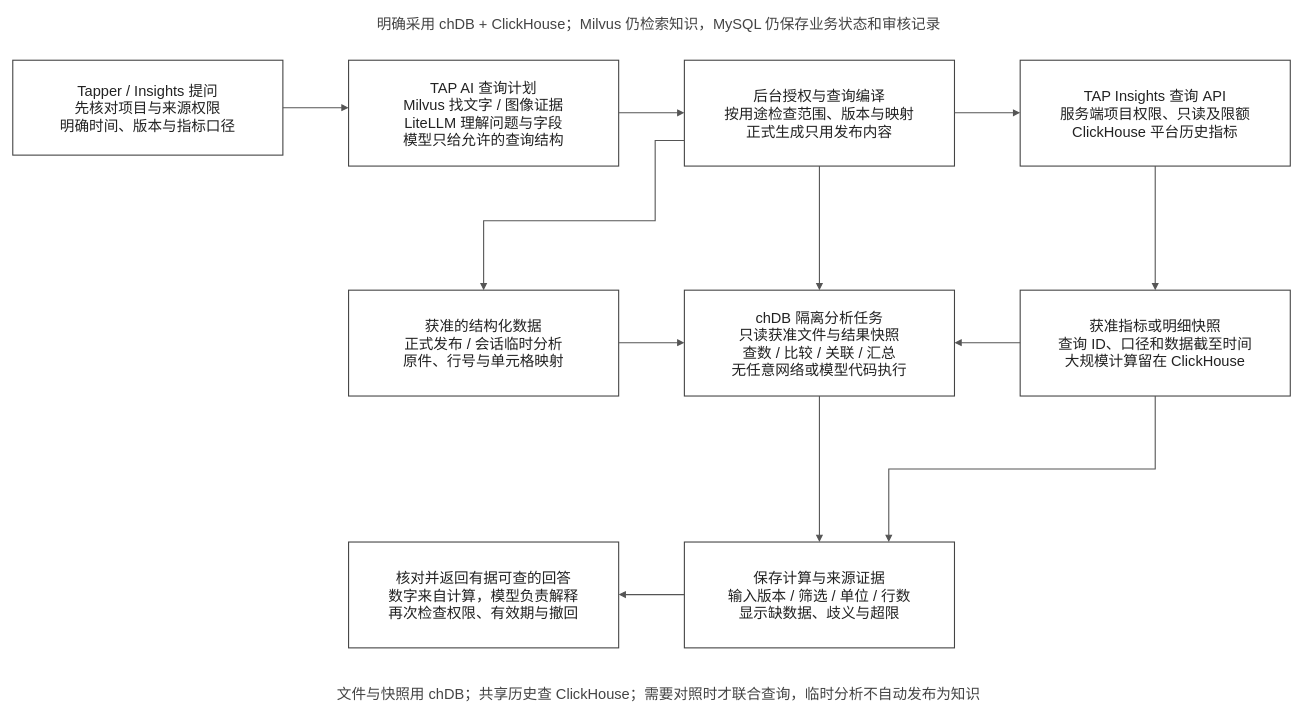
Before: page "AI 数据查询" (10 of 11) of docs/assets/rfc-011/2026-09-17-platform-design.drawio in patrickstarpty/tap, a draw.io diagram. Source tidied: cells renumbered, new cells numbered last; positions are measured from the earlier drawing's top-left corner, leaving out a move shared by most shapes. Both pictures are drawn from the tidied source at 73%, with x=0, y=0 at pixel (12, 12).
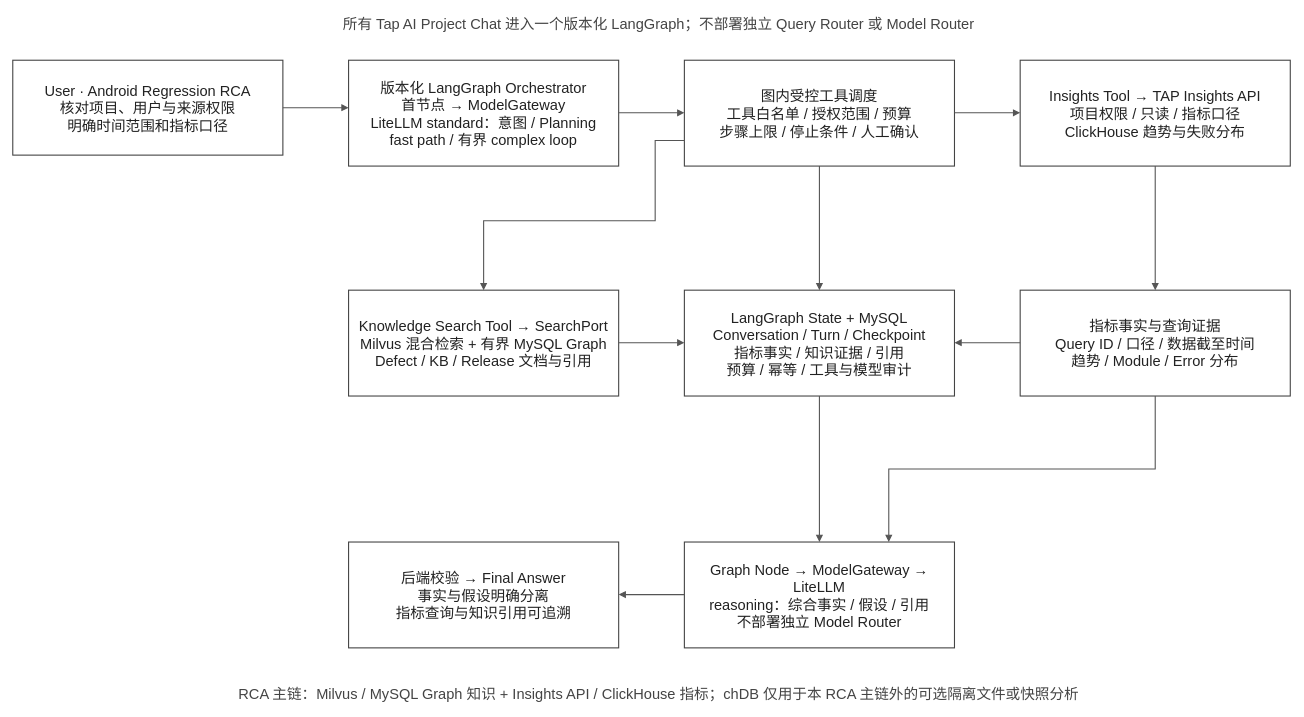
Above is the later version.

Diff of the diagram source:
```diff
@@
-    <mxCell id="2" value="Tapper / Insights 提问&#10;先核对项目与来源权限&#10;明确时间、版本与指标口径" style="rounded=0;whiteSpace=wrap;html=0;fillColor=#ffffff;strokeColor=#444444;strokeWidth=1.5;fontColor=#222222;fontSize=20;fontFamily=Helvetica;" parent="1" vertex="1">
+    <mxCell id="2" value="User · Android Regression RCA&#10;核对项目、用户与来源权限&#10;明确时间范围和指标口径" style="rounded=0;whiteSpace=wrap;html=0;fillColor=#ffffff;strokeColor=#444444;strokeWidth=1.5;fontColor=#222222;fontSize=20;fontFamily=Helvetica;" parent="1" vertex="1">
       <mxGeometry y="65" width="370" height="130" as="geometry" />
     </mxCell>
-    <mxCell id="3" value="TAP AI 查询计划&#10;Milvus 找文字 / 图像证据&#10;LiteLLM 理解问题与字段&#10;模型只给允许的查询结构" style="rounded=0;whiteSpace=wrap;html=0;fillColor=#ffffff;strokeColor=#444444;strokeWidth=1.5;fontColor=#222222;fontSize=20;fontFamily=Helvetica;" parent="1" vertex="1">
+    <mxCell id="3" value="版本化 LangGraph Orchestrator&#10;首节点 → ModelGateway&#10;LiteLLM standard：意图 / Planning&#10;fast path / 有界 complex loop" style="rounded=0;whiteSpace=wrap;html=0;fillColor=#ffffff;strokeColor=#444444;strokeWidth=1.5;fontColor=#222222;fontSize=20;fontFamily=Helvetica;" parent="1" vertex="1">
       <mxGeometry x="460" y="65" width="370" height="145" as="geometry" />
     </mxCell>
-    <mxCell id="4" value="后台授权与查询编译&#10;按用途检查范围、版本与映射&#10;正式生成只用发布内容" style="rounded=0;whiteSpace=wrap;html=0;fillColor=#ffffff;strokeColor=#444444;strokeWidth=1.5;fontColor=#222222;fontSize=20;fontFamily=Helvetica;" parent="1" vertex="1">
+    <mxCell id="4" value="图内受控工具调度&#10;工具白名单 / 授权范围 / 预算&#10;步骤上限 / 停止条件 / 人工确认" style="rounded=0;whiteSpace=wrap;html=0;fillColor=#ffffff;strokeColor=#444444;strokeWidth=1.5;fontColor=#222222;fontSize=20;fontFamily=Helvetica;" parent="1" vertex="1">
       <mxGeometry x="920" y="65" width="370" height="145" as="geometry" />
     </mxCell>
-    <mxCell id="5" value="TAP Insights 查询 API&#10;服务端项目权限、只读及限额&#10;ClickHouse 平台历史指标" style="rounded=0;whiteSpace=wrap;html=0;fillColor=#ffffff;strokeColor=#444444;strokeWidth=1.5;fontColor=#222222;fontSize=20;fontFamily=Helvetica;" parent="1" vertex="1">
+    <mxCell id="5" value="Insights Tool → TAP Insights API&#10;项目权限 / 只读 / 指标口径&#10;ClickHouse 趋势与失败分布" style="rounded=0;whiteSpace=wrap;html=0;fillColor=#ffffff;strokeColor=#444444;strokeWidth=1.5;fontColor=#222222;fontSize=20;fontFamily=Helvetica;" parent="1" vertex="1">
       <mxGeometry x="1380" y="65" width="370" height="145" as="geometry" />
     </mxCell>
-    <mxCell id="6" value="获准的结构化数据&#10;正式发布 / 会话临时分析&#10;原件、行号与单元格映射" style="rounded=0;whiteSpace=wrap;html=0;fillColor=#ffffff;strokeColor=#444444;strokeWidth=1.5;fontColor=#222222;fontSize=20;fontFamily=Helvetica;" parent="1" vertex="1">
+    <mxCell id="6" value="Knowledge Search Tool → SearchPort&#10;Milvus 混合检索 + 有界 MySQL Graph&#10;Defect / KB / Release 文档与引用" style="rounded=0;whiteSpace=wrap;html=0;fillColor=#ffffff;strokeColor=#444444;strokeWidth=1.5;fontColor=#222222;fontSize=20;fontFamily=Helvetica;" parent="1" vertex="1">
       <mxGeometry x="460" y="380" width="370" height="145" as="geometry" />
     </mxCell>
-    <mxCell id="7" value="chDB 隔离分析任务&#10;只读获准文件与结果快照&#10;查数 / 比较 / 关联 / 汇总&#10;无任意网络或模型代码执行" style="rounded=0;whiteSpace=wrap;html=0;fillColor=#ffffff;strokeColor=#444444;strokeWidth=1.5;fontColor=#222222;fontSize=20;fontFamily=Helvetica;" parent="1" vertex="1">
+    <mxCell id="7" value="LangGraph State + MySQL&#10;Conversation / Turn / Checkpoint&#10;指标事实 / 知识证据 / 引用&#10;预算 / 幂等 / 工具与模型审计" style="rounded=0;whiteSpace=wrap;html=0;fillColor=#ffffff;strokeColor=#444444;strokeWidth=1.5;fontColor=#222222;fontSize=20;fontFamily=Helvetica;" parent="1" vertex="1">
       <mxGeometry x="920" y="380" width="370" height="145" as="geometry" />
     </mxCell>
-    <mxCell id="8" value="获准指标或明细快照&#10;查询 ID、口径和数据截至时间&#10;大规模计算留在 ClickHouse" style="rounded=0;whiteSpace=wrap;html=0;fillColor=#ffffff;strokeColor=#444444;strokeWidth=1.5;fontColor=#222222;fontSize=20;fontFamily=Helvetica;" parent="1" vertex="1">
+    <mxCell id="8" value="指标事实与查询证据&#10;Query ID / 口径 / 数据截至时间&#10;趋势 / Module / Error 分布" style="rounded=0;whiteSpace=wrap;html=0;fillColor=#ffffff;strokeColor=#444444;strokeWidth=1.5;fontColor=#222222;fontSize=20;fontFamily=Helvetica;" parent="1" vertex="1">
       <mxGeometry x="1380" y="380" width="370" height="145" as="geometry" />
     </mxCell>
-    <mxCell id="9" value="核对并返回有据可查的回答&#10;数字来自计算，模型负责解释&#10;再次检查权限、有效期与撤回" style="rounded=0;whiteSpace=wrap;html=0;fillColor=#ffffff;strokeColor=#444444;strokeWidth=1.5;fontColor=#222222;fontSize=20;fontFamily=Helvetica;" parent="1" vertex="1">
+    <mxCell id="9" value="后端校验 → Final Answer&#10;事实与假设明确分离&#10;指标查询与知识引用可追溯" style="rounded=0;whiteSpace=wrap;html=0;fillColor=#ffffff;strokeColor=#444444;strokeWidth=1.5;fontColor=#222222;fontSize=20;fontFamily=Helvetica;" parent="1" vertex="1">
       <mxGeometry x="460" y="725" width="370" height="145" as="geometry" />
     </mxCell>
-    <mxCell id="10" value="保存计算与来源证据&#10;输入版本 / 筛选 / 单位 / 行数&#10;显示缺数据、歧义与超限" style="rounded=0;whiteSpace=wrap;html=0;fillColor=#ffffff;strokeColor=#444444;strokeWidth=1.5;fontColor=#222222;fontSize=20;fontFamily=Helvetica;" parent="1" vertex="1">
+    <mxCell id="10" value="Graph Node → ModelGateway → LiteLLM&#10;reasoning：综合事实 / 假设 / 引用&#10;不部署独立 Model Router" style="rounded=0;whiteSpace=wrap;html=0;fillColor=#ffffff;strokeColor=#444444;strokeWidth=1.5;fontColor=#222222;fontSize=20;fontFamily=Helvetica;" parent="1" vertex="1">
       <mxGeometry x="920" y="725" width="370" height="145" as="geometry" />
     </mxCell>
@@
-    <mxCell id="22" value="明确采用 chDB + ClickHouse；Milvus 仍检索知识，MySQL 仍保存业务状态和审核记录" style="text;html=0;align=center;verticalAlign=middle;whiteSpace=wrap;fontSize=20;fontColor=#444444;" parent="1" vertex="1">
+    <mxCell id="22" value="所有 Tap AI Project Chat 进入一个版本化 LangGraph；不部署独立 Query Router 或 Model Router" style="text;html=0;align=center;verticalAlign=middle;whiteSpace=wrap;fontSize=20;fontColor=#444444;" parent="1" vertex="1">
       <mxGeometry x="105" width="1560" height="30" as="geometry" />
     </mxCell>
-    <mxCell id="23" value="文件与快照用 chDB；共享历史查 ClickHouse；需要对照时才联合查询，临时分析不自动发布为知识" style="text;html=0;align=center;verticalAlign=middle;whiteSpace=wrap;fontSize=20;fontColor=#444444;" parent="1" vertex="1">
+    <mxCell id="23" value="RCA 主链：Milvus / MySQL Graph 知识 + Insights API / ClickHouse 指标；chDB 仅用于本 RCA 主链外的可选隔离文件或快照分析" style="text;html=0;align=center;verticalAlign=middle;whiteSpace=wrap;fontSize=20;fontColor=#444444;" parent="1" vertex="1">
       <mxGeometry x="125" y="918" width="1520" height="30" as="geometry" />
     </mxCell>
```
